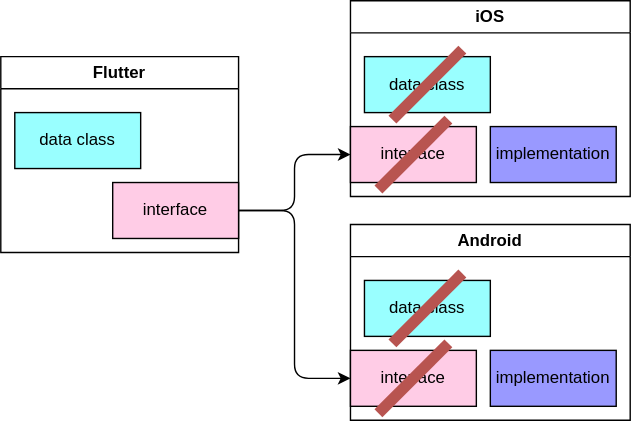
This is 202409-flutter-kaigi-mini/public/draw/after.drawio.svg from noboru-i/slide, a draw.io export, as it was before one commit. Source tidied: cells renumbered, new cells last; positions are measured from the earlier drawing's top-left corner, leaving out a move shared by most shapes. Source of this version:
```xml
<mxGraphModel>
  <root>
    <mxCell id="0" />
    <mxCell id="1" parent="0" />
    <mxCell id="2" value="Flutter" style="swimlane;whiteSpace=wrap;html=1;" parent="1" vertex="1">
      <mxGeometry y="40" width="170" height="140" as="geometry" />
    </mxCell>
    <mxCell id="3" value="data class" style="rounded=0;whiteSpace=wrap;html=1;fillColor=#99FFFF;" parent="2" vertex="1">
      <mxGeometry x="10" y="40" width="90" height="40" as="geometry" />
    </mxCell>
    <mxCell id="4" value="interface" style="rounded=0;whiteSpace=wrap;html=1;fillColor=#FFCCE6;" parent="2" vertex="1">
      <mxGeometry x="80" y="90" width="90" height="40" as="geometry" />
    </mxCell>
    <mxCell id="5" value="iOS" style="swimlane;whiteSpace=wrap;html=1;" parent="1" vertex="1">
      <mxGeometry x="250" width="200" height="140" as="geometry" />
    </mxCell>
    <mxCell id="6" value="data class" style="rounded=0;whiteSpace=wrap;html=1;fillColor=#99FFFF;" parent="5" vertex="1">
      <mxGeometry x="10" y="40" width="90" height="40" as="geometry" />
    </mxCell>
    <mxCell id="7" value="interface" style="rounded=0;whiteSpace=wrap;html=1;fillColor=#FFCCE6;" parent="5" vertex="1">
      <mxGeometry y="90" width="90" height="40" as="geometry" />
    </mxCell>
    <mxCell id="8" value="implementation" style="rounded=0;whiteSpace=wrap;html=1;fillColor=#9999FF;" parent="5" vertex="1">
      <mxGeometry x="100" y="90" width="90" height="40" as="geometry" />
    </mxCell>
    <mxCell id="9" style="endArrow=none;html=1;fillColor=#f8cecc;strokeColor=#b85450;strokeWidth=8;" parent="5" edge="1">
      <mxGeometry relative="1" as="geometry">
        <mxPoint x="30" y="85" as="sourcePoint" />
        <mxPoint x="80" y="35" as="targetPoint" />
      </mxGeometry>
    </mxCell>
    <mxCell id="10" style="endArrow=none;html=1;fillColor=#f8cecc;strokeColor=#b85450;strokeWidth=8;" parent="5" edge="1">
      <mxGeometry relative="1" as="geometry">
        <mxPoint x="20" y="135" as="sourcePoint" />
        <mxPoint x="70" y="85" as="targetPoint" />
      </mxGeometry>
    </mxCell>
    <mxCell id="11" value="Android" style="swimlane;whiteSpace=wrap;html=1;" parent="1" vertex="1">
      <mxGeometry x="250" y="160" width="200" height="140" as="geometry" />
    </mxCell>
    <mxCell id="12" value="data class" style="rounded=0;whiteSpace=wrap;html=1;fillColor=#99FFFF;" parent="11" vertex="1">
      <mxGeometry x="10" y="40" width="90" height="40" as="geometry" />
    </mxCell>
    <mxCell id="13" value="interface" style="rounded=0;whiteSpace=wrap;html=1;fillColor=#FFCCE6;" parent="11" vertex="1">
      <mxGeometry y="90" width="90" height="40" as="geometry" />
    </mxCell>
    <mxCell id="14" value="implementation" style="rounded=0;whiteSpace=wrap;html=1;fillColor=#9999FF;" parent="11" vertex="1">
      <mxGeometry x="100" y="90" width="90" height="40" as="geometry" />
    </mxCell>
    <mxCell id="15" style="endArrow=none;html=1;fillColor=#f8cecc;strokeColor=#b85450;strokeWidth=8;" parent="11" edge="1">
      <mxGeometry relative="1" as="geometry">
        <mxPoint x="30" y="85" as="sourcePoint" />
        <mxPoint x="80" y="35" as="targetPoint" />
      </mxGeometry>
    </mxCell>
    <mxCell id="16" style="endArrow=none;html=1;fillColor=#f8cecc;strokeColor=#b85450;strokeWidth=8;" parent="11" edge="1">
      <mxGeometry relative="1" as="geometry">
        <mxPoint x="20" y="135" as="sourcePoint" />
        <mxPoint x="70" y="85" as="targetPoint" />
      </mxGeometry>
    </mxCell>
    <mxCell id="17" style="endArrow=classic;html=1;exitX=1;exitY=0.5;exitDx=0;exitDy=0;entryX=0;entryY=0.5;entryDx=0;entryDy=0;edgeStyle=orthogonalEdgeStyle;" parent="1" edge="1" source="4" target="7">
      <mxGeometry relative="1" as="geometry" />
    </mxCell>
    <mxCell id="18" style="endArrow=classic;html=1;exitX=1;exitY=0.5;exitDx=0;exitDy=0;entryX=0;entryY=0.5;entryDx=0;entryDy=0;edgeStyle=orthogonalEdgeStyle;" parent="1" edge="1" source="4" target="13">
      <mxGeometry relative="1" as="geometry" />
    </mxCell>
  </root>
</mxGraphModel>
```
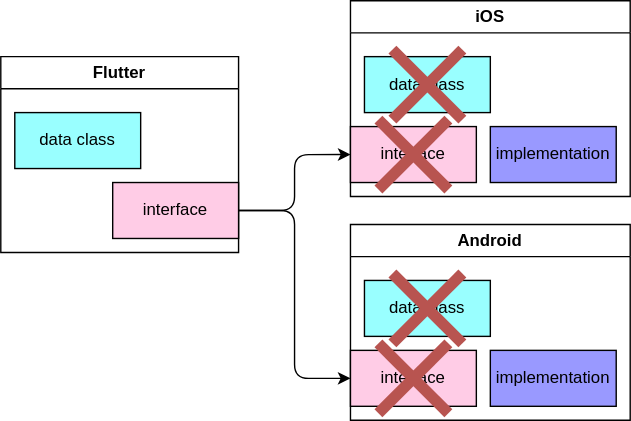
Above is the later version.

Change to the diagram source:
```diff
@@ -35,6 +35,18 @@
         <mxPoint x="70" y="85" as="targetPoint" />
       </mxGeometry>
     </mxCell>
+    <mxCell id="19" style="endArrow=none;html=1;fillColor=#f8cecc;strokeColor=#b85450;strokeWidth=8;" parent="5" edge="1">
+      <mxGeometry relative="1" as="geometry">
+        <mxPoint x="80" y="85" as="sourcePoint" />
+        <mxPoint x="30" y="35" as="targetPoint" />
+      </mxGeometry>
+    </mxCell>
+    <mxCell id="20" style="endArrow=none;html=1;fillColor=#f8cecc;strokeColor=#b85450;strokeWidth=8;" parent="5" edge="1">
+      <mxGeometry relative="1" as="geometry">
+        <mxPoint x="70" y="135" as="sourcePoint" />
+        <mxPoint x="20" y="85" as="targetPoint" />
+      </mxGeometry>
+    </mxCell>
     <mxCell id="11" value="Android" style="swimlane;whiteSpace=wrap;html=1;" parent="1" vertex="1">
       <mxGeometry x="250" y="160" width="200" height="140" as="geometry" />
     </mxCell>
@@ -59,6 +71,18 @@
         <mxPoint x="70" y="85" as="targetPoint" />
       </mxGeometry>
     </mxCell>
+    <mxCell id="21" style="endArrow=none;html=1;fillColor=#f8cecc;strokeColor=#b85450;strokeWidth=8;" parent="11" edge="1">
+      <mxGeometry relative="1" as="geometry">
+        <mxPoint x="80" y="85" as="sourcePoint" />
+        <mxPoint x="30" y="35" as="targetPoint" />
+      </mxGeometry>
+    </mxCell>
+    <mxCell id="22" style="endArrow=none;html=1;fillColor=#f8cecc;strokeColor=#b85450;strokeWidth=8;" parent="11" edge="1">
+      <mxGeometry relative="1" as="geometry">
+        <mxPoint x="70" y="135" as="sourcePoint" />
+        <mxPoint x="20" y="85" as="targetPoint" />
+      </mxGeometry>
+    </mxCell>
     <mxCell id="17" style="endArrow=classic;html=1;exitX=1;exitY=0.5;exitDx=0;exitDy=0;entryX=0;entryY=0.5;entryDx=0;entryDy=0;edgeStyle=orthogonalEdgeStyle;" parent="1" edge="1" source="4" target="7">
       <mxGeometry relative="1" as="geometry" />
     </mxCell>
```
